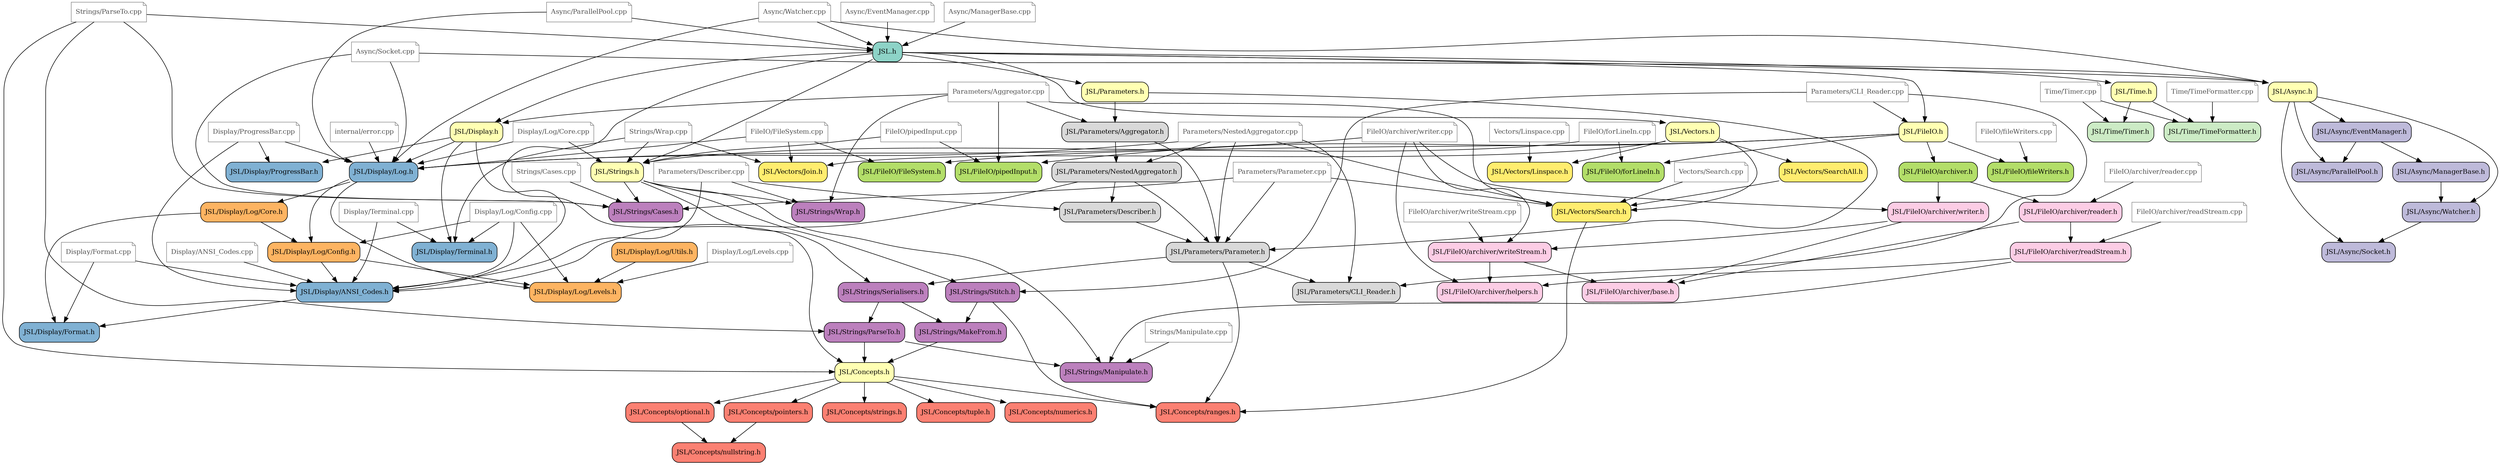
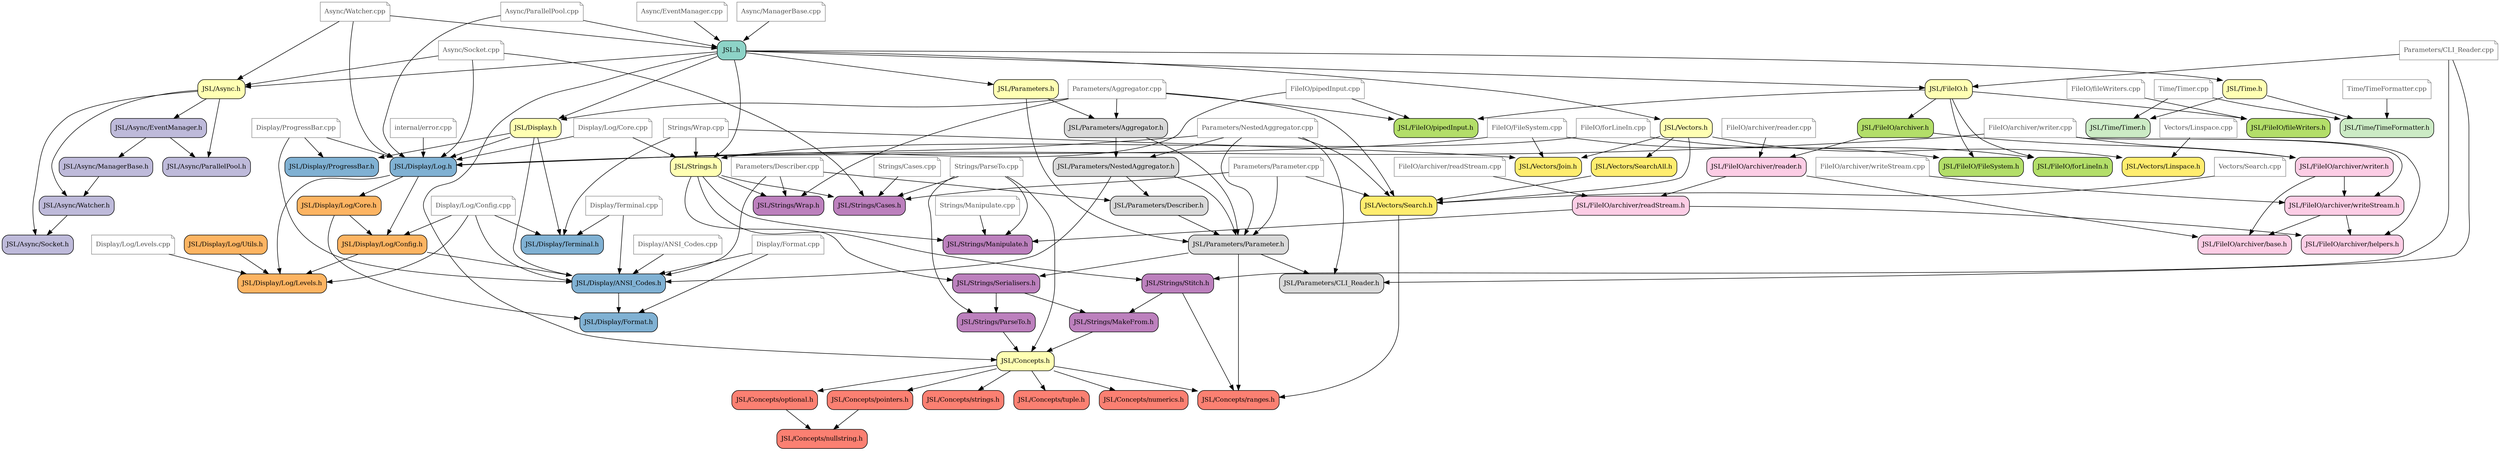
digraph codeviz {
    splines=true
    sep="+15,15"
    overlap=false

    node [shape=Mrecord, fontsize=12]

    node [fillcolor = "#8dd3c7",shape="Mrecord", style = "filled"] "include/JSL.h"                             [label = "JSL.h"]
    node [fillcolor = "#ffffb3",shape="Mrecord", style = "filled"] "include/JSL/Async.h"                       [label = "JSL/Async.h"]
    node [fillcolor = "#bebada",shape="Mrecord", style = "filled"] "include/JSL/Async/EventManager.h"          [label = "JSL/Async/EventManager.h"]
    node [fillcolor = "#bebada",shape="Mrecord", style = "filled"] "include/JSL/Async/ManagerBase.h"           [label = "JSL/Async/ManagerBase.h"]
    node [fillcolor = "#bebada",shape="Mrecord", style = "filled"] "include/JSL/Async/ParallelPool.h"          [label = "JSL/Async/ParallelPool.h"]
    node [fillcolor = "#bebada",shape="Mrecord", style = "filled"] "include/JSL/Async/Socket.h"                [label = "JSL/Async/Socket.h"]
    node [fillcolor = "#bebada",shape="Mrecord", style = "filled"] "include/JSL/Async/Watcher.h"               [label = "JSL/Async/Watcher.h"]
    node [fillcolor = "#ffffb3",shape="Mrecord", style = "filled"] "include/JSL/Concepts.h"                    [label = "JSL/Concepts.h"]
    node [fillcolor = "#fb8072",shape="Mrecord", style = "filled"] "include/JSL/Concepts/nullstring.h"         [label = "JSL/Concepts/nullstring.h"]
    node [fillcolor = "#fb8072",shape="Mrecord", style = "filled"] "include/JSL/Concepts/numerics.h"           [label = "JSL/Concepts/numerics.h"]
    node [fillcolor = "#fb8072",shape="Mrecord", style = "filled"] "include/JSL/Concepts/optional.h"           [label = "JSL/Concepts/optional.h"]
    node [fillcolor = "#fb8072",shape="Mrecord", style = "filled"] "include/JSL/Concepts/pointers.h"           [label = "JSL/Concepts/pointers.h"]
    node [fillcolor = "#fb8072",shape="Mrecord", style = "filled"] "include/JSL/Concepts/ranges.h"             [label = "JSL/Concepts/ranges.h"]
    node [fillcolor = "#fb8072",shape="Mrecord", style = "filled"] "include/JSL/Concepts/strings.h"            [label = "JSL/Concepts/strings.h"]
    node [fillcolor = "#fb8072",shape="Mrecord", style = "filled"] "include/JSL/Concepts/tuple.h"              [label = "JSL/Concepts/tuple.h"]
    node [fillcolor = "#ffffb3",shape="Mrecord", style = "filled"] "include/JSL/Display.h"                     [label = "JSL/Display.h"]
    node [fillcolor = "#80b1d3",shape="Mrecord", style = "filled"] "include/JSL/Display/ANSI_Codes.h"          [label = "JSL/Display/ANSI_Codes.h"]
    node [fillcolor = "#80b1d3",shape="Mrecord", style = "filled"] "include/JSL/Display/Format.h"              [label = "JSL/Display/Format.h"]
    node [fillcolor = "#80b1d3",shape="Mrecord", style = "filled"] "include/JSL/Display/Log.h"                 [label = "JSL/Display/Log.h"]
    node [fillcolor = "#fdb462",shape="Mrecord", style = "filled"] "include/JSL/Display/Log/Config.h"          [label = "JSL/Display/Log/Config.h"]
    node [fillcolor = "#fdb462",shape="Mrecord", style = "filled"] "include/JSL/Display/Log/Core.h"            [label = "JSL/Display/Log/Core.h"]
    node [fillcolor = "#fdb462",shape="Mrecord", style = "filled"] "include/JSL/Display/Log/Levels.h"          [label = "JSL/Display/Log/Levels.h"]
    node [fillcolor = "#fdb462",shape="Mrecord", style = "filled"] "include/JSL/Display/Log/Utils.h"           [label = "JSL/Display/Log/Utils.h"]
    node [fillcolor = "#80b1d3",shape="Mrecord", style = "filled"] "include/JSL/Display/ProgressBar.h"         [label = "JSL/Display/ProgressBar.h"]
    node [fillcolor = "#80b1d3",shape="Mrecord", style = "filled"] "include/JSL/Display/Terminal.h"            [label = "JSL/Display/Terminal.h"]
    node [fillcolor = "#ffffb3",shape="Mrecord", style = "filled"] "include/JSL/FileIO.h"                      [label = "JSL/FileIO.h"]
    node [fillcolor = "#b3de69",shape="Mrecord", style = "filled"] "include/JSL/FileIO/FileSystem.h"           [label = "JSL/FileIO/FileSystem.h"]
    node [fillcolor = "#b3de69",shape="Mrecord", style = "filled"] "include/JSL/FileIO/archiver.h"             [label = "JSL/FileIO/archiver.h"]
    node [fillcolor = "#fccde5",shape="Mrecord", style = "filled"] "include/JSL/FileIO/archiver/base.h"        [label = "JSL/FileIO/archiver/base.h"]
    node [fillcolor = "#fccde5",shape="Mrecord", style = "filled"] "include/JSL/FileIO/archiver/helpers.h"     [label = "JSL/FileIO/archiver/helpers.h"]
    node [fillcolor = "#fccde5",shape="Mrecord", style = "filled"] "include/JSL/FileIO/archiver/readStream.h"  [label = "JSL/FileIO/archiver/readStream.h"]
    node [fillcolor = "#fccde5",shape="Mrecord", style = "filled"] "include/JSL/FileIO/archiver/reader.h"      [label = "JSL/FileIO/archiver/reader.h"]
    node [fillcolor = "#fccde5",shape="Mrecord", style = "filled"] "include/JSL/FileIO/archiver/writeStream.h" [label = "JSL/FileIO/archiver/writeStream.h"]
    node [fillcolor = "#fccde5",shape="Mrecord", style = "filled"] "include/JSL/FileIO/archiver/writer.h"      [label = "JSL/FileIO/archiver/writer.h"]
    node [fillcolor = "#b3de69",shape="Mrecord", style = "filled"] "include/JSL/FileIO/fileWriters.h"          [label = "JSL/FileIO/fileWriters.h"]
    node [fillcolor = "#b3de69",shape="Mrecord", style = "filled"] "include/JSL/FileIO/forLineIn.h"            [label = "JSL/FileIO/forLineIn.h"]
    node [fillcolor = "#b3de69",shape="Mrecord", style = "filled"] "include/JSL/FileIO/pipedInput.h"           [label = "JSL/FileIO/pipedInput.h"]
    node [fillcolor = "#ffffb3",shape="Mrecord", style = "filled"] "include/JSL/Parameters.h"                  [label = "JSL/Parameters.h"]
    node [fillcolor = "#d9d9d9",shape="Mrecord", style = "filled"] "include/JSL/Parameters/Aggregator.h"       [label = "JSL/Parameters/Aggregator.h"]
    node [fillcolor = "#d9d9d9",shape="Mrecord", style = "filled"] "include/JSL/Parameters/CLI_Reader.h"       [label = "JSL/Parameters/CLI_Reader.h"]
    node [fillcolor = "#d9d9d9",shape="Mrecord", style = "filled"] "include/JSL/Parameters/Describer.h"        [label = "JSL/Parameters/Describer.h"]
    node [fillcolor = "#d9d9d9",shape="Mrecord", style = "filled"] "include/JSL/Parameters/NestedAggregator.h" [label = "JSL/Parameters/NestedAggregator.h"]
    node [fillcolor = "#d9d9d9",shape="Mrecord", style = "filled"] "include/JSL/Parameters/Parameter.h"        [label = "JSL/Parameters/Parameter.h"]
    node [fillcolor = "#ffffb3",shape="Mrecord", style = "filled"] "include/JSL/Strings.h"                     [label = "JSL/Strings.h"]
    node [fillcolor = "#bc80bd",shape="Mrecord", style = "filled"] "include/JSL/Strings/Cases.h"               [label = "JSL/Strings/Cases.h"]
    node [fillcolor = "#bc80bd",shape="Mrecord", style = "filled"] "include/JSL/Strings/MakeFrom.h"            [label = "JSL/Strings/MakeFrom.h"]
    node [fillcolor = "#bc80bd",shape="Mrecord", style = "filled"] "include/JSL/Strings/Manipulate.h"          [label = "JSL/Strings/Manipulate.h"]
    node [fillcolor = "#bc80bd",shape="Mrecord", style = "filled"] "include/JSL/Strings/ParseTo.h"             [label = "JSL/Strings/ParseTo.h"]
    node [fillcolor = "#bc80bd",shape="Mrecord", style = "filled"] "include/JSL/Strings/Serialisers.h"         [label = "JSL/Strings/Serialisers.h"]
    node [fillcolor = "#bc80bd",shape="Mrecord", style = "filled"] "include/JSL/Strings/Stitch.h"              [label = "JSL/Strings/Stitch.h"]
    node [fillcolor = "#bc80bd",shape="Mrecord", style = "filled"] "include/JSL/Strings/Wrap.h"                [label = "JSL/Strings/Wrap.h"]
    node [fillcolor = "#ffffb3",shape="Mrecord", style = "filled"] "include/JSL/Time.h"                        [label = "JSL/Time.h"]
    node [fillcolor = "#ccebc5",shape="Mrecord", style = "filled"] "include/JSL/Time/TimeFormatter.h"          [label = "JSL/Time/TimeFormatter.h"]
    node [fillcolor = "#ccebc5",shape="Mrecord", style = "filled"] "include/JSL/Time/Timer.h"                  [label = "JSL/Time/Timer.h"]
    node [fillcolor = "#ffffb3",shape="Mrecord", style = "filled"] "include/JSL/Vectors.h"                     [label = "JSL/Vectors.h"]
    node [fillcolor = "#ffed6f",shape="Mrecord", style = "filled"] "include/JSL/Vectors/Join.h"                [label = "JSL/Vectors/Join.h"]
    node [fillcolor = "#ffed6f",shape="Mrecord", style = "filled"] "include/JSL/Vectors/Linspace.h"            [label = "JSL/Vectors/Linspace.h"]
    node [fillcolor = "#ffed6f",shape="Mrecord", style = "filled"] "include/JSL/Vectors/Search.h"              [label = "JSL/Vectors/Search.h"]
    node [fillcolor = "#ffed6f",shape="Mrecord", style = "filled"] "include/JSL/Vectors/SearchAll.h"           [label = "JSL/Vectors/SearchAll.h"]
    node [fillcolor = "#8B8B8B",style="", shape="note", color="#8c8c8c", fontcolor="#4b4b4b"] "src/Async/EventManager.cpp"                [label = "Async/EventManager.cpp"]
    node [fillcolor = "#8B8B8B",style="", shape="note", color="#8c8c8c", fontcolor="#4b4b4b"] "src/Async/ManagerBase.cpp"                 [label = "Async/ManagerBase.cpp"]
    node [fillcolor = "#8B8B8B",style="", shape="note", color="#8c8c8c", fontcolor="#4b4b4b"] "src/Async/ParallelPool.cpp"                [label = "Async/ParallelPool.cpp"]
    node [fillcolor = "#8B8B8B",style="", shape="note", color="#8c8c8c", fontcolor="#4b4b4b"] "src/Async/Socket.cpp"                      [label = "Async/Socket.cpp"]
    node [fillcolor = "#8B8B8B",style="", shape="note", color="#8c8c8c", fontcolor="#4b4b4b"] "src/Async/Watcher.cpp"                     [label = "Async/Watcher.cpp"]
    node [fillcolor = "#8B8B8B",style="", shape="note", color="#8c8c8c", fontcolor="#4b4b4b"] "src/Display/ANSI_Codes.cpp"                [label = "Display/ANSI_Codes.cpp"]
    node [fillcolor = "#8B8B8B",style="", shape="note", color="#8c8c8c", fontcolor="#4b4b4b"] "src/Display/Format.cpp"                    [label = "Display/Format.cpp"]
    node [fillcolor = "#8B8B8B",style="", shape="note", color="#8c8c8c", fontcolor="#4b4b4b"] "src/Display/Log/Config.cpp"                [label = "Display/Log/Config.cpp"]
    node [fillcolor = "#8B8B8B",style="", shape="note", color="#8c8c8c", fontcolor="#4b4b4b"] "src/Display/Log/Core.cpp"                  [label = "Display/Log/Core.cpp"]
    node [fillcolor = "#8B8B8B",style="", shape="note", color="#8c8c8c", fontcolor="#4b4b4b"] "src/Display/Log/Levels.cpp"                [label = "Display/Log/Levels.cpp"]
    node [fillcolor = "#8B8B8B",style="", shape="note", color="#8c8c8c", fontcolor="#4b4b4b"] "src/Display/ProgressBar.cpp"               [label = "Display/ProgressBar.cpp"]
    node [fillcolor = "#8B8B8B",style="", shape="note", color="#8c8c8c", fontcolor="#4b4b4b"] "src/Display/Terminal.cpp"                  [label = "Display/Terminal.cpp"]
    node [fillcolor = "#8B8B8B",style="", shape="note", color="#8c8c8c", fontcolor="#4b4b4b"] "src/FileIO/FileSystem.cpp"                 [label = "FileIO/FileSystem.cpp"]
    node [fillcolor = "#8B8B8B",style="", shape="note", color="#8c8c8c", fontcolor="#4b4b4b"] "src/FileIO/archiver/readStream.cpp"        [label = "FileIO/archiver/readStream.cpp"]
    node [fillcolor = "#8B8B8B",style="", shape="note", color="#8c8c8c", fontcolor="#4b4b4b"] "src/FileIO/archiver/reader.cpp"            [label = "FileIO/archiver/reader.cpp"]
    node [fillcolor = "#8B8B8B",style="", shape="note", color="#8c8c8c", fontcolor="#4b4b4b"] "src/FileIO/archiver/writeStream.cpp"       [label = "FileIO/archiver/writeStream.cpp"]
    node [fillcolor = "#8B8B8B",style="", shape="note", color="#8c8c8c", fontcolor="#4b4b4b"] "src/FileIO/archiver/writer.cpp"            [label = "FileIO/archiver/writer.cpp"]
    node [fillcolor = "#8B8B8B",style="", shape="note", color="#8c8c8c", fontcolor="#4b4b4b"] "src/FileIO/fileWriters.cpp"                [label = "FileIO/fileWriters.cpp"]
    node [fillcolor = "#8B8B8B",style="", shape="note", color="#8c8c8c", fontcolor="#4b4b4b"] "src/FileIO/forLineIn.cpp"                  [label = "FileIO/forLineIn.cpp"]
    node [fillcolor = "#8B8B8B",style="", shape="note", color="#8c8c8c", fontcolor="#4b4b4b"] "src/FileIO/pipedInput.cpp"                 [label = "FileIO/pipedInput.cpp"]
    node [fillcolor = "#8B8B8B",style="", shape="note", color="#8c8c8c", fontcolor="#4b4b4b"] "src/Parameters/Aggregator.cpp"             [label = "Parameters/Aggregator.cpp"]
    node [fillcolor = "#8B8B8B",style="", shape="note", color="#8c8c8c", fontcolor="#4b4b4b"] "src/Parameters/CLI_Reader.cpp"             [label = "Parameters/CLI_Reader.cpp"]
    node [fillcolor = "#8B8B8B",style="", shape="note", color="#8c8c8c", fontcolor="#4b4b4b"] "src/Parameters/Describer.cpp"              [label = "Parameters/Describer.cpp"]
    node [fillcolor = "#8B8B8B",style="", shape="note", color="#8c8c8c", fontcolor="#4b4b4b"] "src/Parameters/NestedAggregator.cpp"       [label = "Parameters/NestedAggregator.cpp"]
    node [fillcolor = "#8B8B8B",style="", shape="note", color="#8c8c8c", fontcolor="#4b4b4b"] "src/Parameters/Parameter.cpp"              [label = "Parameters/Parameter.cpp"]
    node [fillcolor = "#8B8B8B",style="", shape="note", color="#8c8c8c", fontcolor="#4b4b4b"] "src/Strings/Cases.cpp"                     [label = "Strings/Cases.cpp"]
    node [fillcolor = "#8B8B8B",style="", shape="note", color="#8c8c8c", fontcolor="#4b4b4b"] "src/Strings/Manipulate.cpp"                [label = "Strings/Manipulate.cpp"]
    node [fillcolor = "#8B8B8B",style="", shape="note", color="#8c8c8c", fontcolor="#4b4b4b"] "src/Strings/ParseTo.cpp"                   [label = "Strings/ParseTo.cpp"]
    node [fillcolor = "#8B8B8B",style="", shape="note", color="#8c8c8c", fontcolor="#4b4b4b"] "src/Strings/Wrap.cpp"                      [label = "Strings/Wrap.cpp"]
    node [fillcolor = "#8B8B8B",style="", shape="note", color="#8c8c8c", fontcolor="#4b4b4b"] "src/Time/TimeFormatter.cpp"                [label = "Time/TimeFormatter.cpp"]
    node [fillcolor = "#8B8B8B",style="", shape="note", color="#8c8c8c", fontcolor="#4b4b4b"] "src/Time/Timer.cpp"                        [label = "Time/Timer.cpp"]
    node [fillcolor = "#8B8B8B",style="", shape="note", color="#8c8c8c", fontcolor="#4b4b4b"] "src/Vectors/Linspace.cpp"                  [label = "Vectors/Linspace.cpp"]
    node [fillcolor = "#8B8B8B",style="", shape="note", color="#8c8c8c", fontcolor="#4b4b4b"] "src/Vectors/Search.cpp"                    [label = "Vectors/Search.cpp"]
    node [fillcolor = "#8B8B8B",style="", shape="note", color="#8c8c8c", fontcolor="#4b4b4b"] "src/internal/error.cpp"                    [label = "internal/error.cpp"]

    "include/JSL.h"                             -> "include/JSL/Display.h"
    "include/JSL.h"                             -> "include/JSL/FileIO.h"
    "include/JSL.h"                             -> "include/JSL/Parameters.h"
    "include/JSL.h"                             -> "include/JSL/Strings.h"
    "include/JSL.h"                             -> "include/JSL/Time.h"
    "include/JSL.h"                             -> "include/JSL/Vectors.h"
    "include/JSL.h"                             -> "include/JSL/Async.h"
    "include/JSL.h"                             -> "include/JSL/Concepts.h"
    "include/JSL/Async.h"                       -> "include/JSL/Async/Socket.h"
    "include/JSL/Async.h"                       -> "include/JSL/Async/Watcher.h"
    "include/JSL/Async.h"                       -> "include/JSL/Async/EventManager.h"
    "include/JSL/Async.h"                       -> "include/JSL/Async/ParallelPool.h"
    "include/JSL/Async/EventManager.h"          -> "include/JSL/Async/ManagerBase.h"
    "include/JSL/Async/EventManager.h"          -> "include/JSL/Async/ParallelPool.h"
    "include/JSL/Async/ManagerBase.h"           -> "include/JSL/Async/Watcher.h"
    "include/JSL/Async/Watcher.h"               -> "include/JSL/Async/Socket.h"
    "include/JSL/Concepts.h"                    -> "include/JSL/Concepts/ranges.h"
    "include/JSL/Concepts.h"                    -> "include/JSL/Concepts/tuple.h"
    "include/JSL/Concepts.h"                    -> "include/JSL/Concepts/numerics.h"
    "include/JSL/Concepts.h"                    -> "include/JSL/Concepts/strings.h"
    "include/JSL/Concepts.h"                    -> "include/JSL/Concepts/pointers.h"
    "include/JSL/Concepts.h"                    -> "include/JSL/Concepts/optional.h"
    "include/JSL/Concepts/optional.h"           -> "include/JSL/Concepts/nullstring.h"
    "include/JSL/Concepts/pointers.h"           -> "include/JSL/Concepts/nullstring.h"
    "include/JSL/Display.h"                     -> "include/JSL/Display/Log.h"
    "include/JSL/Display.h"                     -> "include/JSL/Display/ANSI_Codes.h"
    "include/JSL/Display.h"                     -> "include/JSL/Display/ProgressBar.h"
    "include/JSL/Display.h"                     -> "include/JSL/Display/Terminal.h"
    "include/JSL/Display/ANSI_Codes.h"          -> "include/JSL/Display/Format.h"
    "include/JSL/Display/Log.h"                 -> "include/JSL/Display/Log/Core.h"
    "include/JSL/Display/Log.h"                 -> "include/JSL/Display/Log/Config.h"
    "include/JSL/Display/Log.h"                 -> "include/JSL/Display/Log/Levels.h"
    "include/JSL/Display/Log/Config.h"          -> "include/JSL/Display/Log/Levels.h"
    "include/JSL/Display/Log/Config.h"          -> "include/JSL/Display/ANSI_Codes.h"
    "include/JSL/Display/Log/Core.h"            -> "include/JSL/Display/Log/Config.h"
    "include/JSL/Display/Log/Core.h"            -> "include/JSL/Display/Format.h"
    "include/JSL/Display/Log/Utils.h"           -> "include/JSL/Display/Log/Levels.h"
    "include/JSL/FileIO.h"                      -> "include/JSL/FileIO/forLineIn.h"
    "include/JSL/FileIO.h"                      -> "include/JSL/FileIO/FileSystem.h"
    "include/JSL/FileIO.h"                      -> "include/JSL/FileIO/fileWriters.h"
    "include/JSL/FileIO.h"                      -> "include/JSL/FileIO/pipedInput.h"
    "include/JSL/FileIO.h"                      -> "include/JSL/FileIO/archiver.h"
    "include/JSL/FileIO/archiver.h"             -> "include/JSL/FileIO/archiver/writer.h"
    "include/JSL/FileIO/archiver.h"             -> "include/JSL/FileIO/archiver/reader.h"
    "include/JSL/FileIO/archiver/readStream.h"  -> "include/JSL/Strings/Manipulate.h"
    "include/JSL/FileIO/archiver/readStream.h"  -> "include/JSL/FileIO/archiver/helpers.h"
    "include/JSL/FileIO/archiver/reader.h"      -> "include/JSL/FileIO/archiver/base.h"
    "include/JSL/FileIO/archiver/reader.h"      -> "include/JSL/FileIO/archiver/readStream.h"
    "include/JSL/FileIO/archiver/writeStream.h" -> "include/JSL/FileIO/archiver/base.h"
    "include/JSL/FileIO/archiver/writeStream.h" -> "include/JSL/FileIO/archiver/helpers.h"
    "include/JSL/FileIO/archiver/writer.h"      -> "include/JSL/FileIO/archiver/base.h"
    "include/JSL/FileIO/archiver/writer.h"      -> "include/JSL/FileIO/archiver/writeStream.h"
    "include/JSL/Parameters.h"                  -> "include/JSL/Parameters/Parameter.h"
    "include/JSL/Parameters.h"                  -> "include/JSL/Parameters/Aggregator.h"
    "include/JSL/Parameters/Aggregator.h"       -> "include/JSL/Parameters/NestedAggregator.h"
    "include/JSL/Parameters/Aggregator.h"       -> "include/JSL/Parameters/Parameter.h"
    "include/JSL/Parameters/Describer.h"        -> "include/JSL/Parameters/Parameter.h"
    "include/JSL/Parameters/NestedAggregator.h" -> "include/JSL/Parameters/Parameter.h"
    "include/JSL/Parameters/NestedAggregator.h" -> "include/JSL/Display/ANSI_Codes.h"
    "include/JSL/Parameters/NestedAggregator.h" -> "include/JSL/Parameters/Describer.h"
    "include/JSL/Parameters/Parameter.h"        -> "include/JSL/Concepts/ranges.h"
    "include/JSL/Parameters/Parameter.h"        -> "include/JSL/Strings/Serialisers.h"
    "include/JSL/Parameters/Parameter.h"        -> "include/JSL/Parameters/CLI_Reader.h"
    "include/JSL/Strings.h"                     -> "include/JSL/Strings/Serialisers.h"
    "include/JSL/Strings.h"                     -> "include/JSL/Strings/Cases.h"
    "include/JSL/Strings.h"                     -> "include/JSL/Strings/Manipulate.h"
    "include/JSL/Strings.h"                     -> "include/JSL/Strings/Stitch.h"
    "include/JSL/Strings.h"                     -> "include/JSL/Strings/Wrap.h"
    "include/JSL/Strings/MakeFrom.h"            -> "include/JSL/Concepts.h"
-     "include/JSL/Strings/ParseTo.h"             -> "include/JSL/Strings/Manipulate.h"
    "include/JSL/Strings/ParseTo.h"             -> "include/JSL/Concepts.h"
    "include/JSL/Strings/Serialisers.h"         -> "include/JSL/Strings/MakeFrom.h"
    "include/JSL/Strings/Serialisers.h"         -> "include/JSL/Strings/ParseTo.h"
    "include/JSL/Strings/Stitch.h"              -> "include/JSL/Strings/MakeFrom.h"
    "include/JSL/Strings/Stitch.h"              -> "include/JSL/Concepts/ranges.h"
    "include/JSL/Time.h"                        -> "include/JSL/Time/Timer.h"
    "include/JSL/Time.h"                        -> "include/JSL/Time/TimeFormatter.h"
    "include/JSL/Vectors.h"                     -> "include/JSL/Vectors/Search.h"
    "include/JSL/Vectors.h"                     -> "include/JSL/Vectors/SearchAll.h"
    "include/JSL/Vectors.h"                     -> "include/JSL/Vectors/Join.h"
    "include/JSL/Vectors.h"                     -> "include/JSL/Vectors/Linspace.h"
    "include/JSL/Vectors/Search.h"              -> "include/JSL/Concepts/ranges.h"
    "include/JSL/Vectors/SearchAll.h"           -> "include/JSL/Vectors/Search.h"
    "src/Async/EventManager.cpp"                -> "include/JSL.h"
    "src/Async/ManagerBase.cpp"                 -> "include/JSL.h"
    "src/Async/ParallelPool.cpp"                -> "include/JSL.h"
    "src/Async/ParallelPool.cpp"                -> "include/JSL/Display/Log.h"
    "src/Async/Socket.cpp"                      -> "include/JSL/Async.h"
    "src/Async/Socket.cpp"                      -> "include/JSL/Strings/Cases.h"
    "src/Async/Socket.cpp"                      -> "include/JSL/Display/Log.h"
    "src/Async/Watcher.cpp"                     -> "include/JSL/Async.h"
    "src/Async/Watcher.cpp"                     -> "include/JSL/Display/Log.h"
    "src/Async/Watcher.cpp"                     -> "include/JSL.h"
    "src/Display/ANSI_Codes.cpp"                -> "include/JSL/Display/ANSI_Codes.h"
    "src/Display/Format.cpp"                    -> "include/JSL/Display/Format.h"
    "src/Display/Format.cpp"                    -> "include/JSL/Display/ANSI_Codes.h"
    "src/Display/Log/Config.cpp"                -> "include/JSL/Display/Log/Config.h"
    "src/Display/Log/Config.cpp"                -> "include/JSL/Display/Log/Levels.h"
    "src/Display/Log/Config.cpp"                -> "include/JSL/Display/ANSI_Codes.h"
    "src/Display/Log/Config.cpp"                -> "include/JSL/Display/Terminal.h"
    "src/Display/Log/Core.cpp"                  -> "include/JSL/Display/Log.h"
    "src/Display/Log/Core.cpp"                  -> "include/JSL/Strings.h"
    "src/Display/Log/Levels.cpp"                -> "include/JSL/Display/Log/Levels.h"
    "src/Display/ProgressBar.cpp"               -> "include/JSL/Display/ProgressBar.h"
    "src/Display/ProgressBar.cpp"               -> "include/JSL/Display/ANSI_Codes.h"
    "src/Display/ProgressBar.cpp"               -> "include/JSL/Display/Log.h"
    "src/Display/Terminal.cpp"                  -> "include/JSL/Display/Terminal.h"
    "src/Display/Terminal.cpp"                  -> "include/JSL/Display/ANSI_Codes.h"
    "src/FileIO/FileSystem.cpp"                 -> "include/JSL/FileIO/FileSystem.h"
    "src/FileIO/FileSystem.cpp"                 -> "include/JSL/Vectors/Join.h"
    "src/FileIO/FileSystem.cpp"                 -> "include/JSL/Display/Log.h"
    "src/FileIO/archiver/readStream.cpp"        -> "include/JSL/FileIO/archiver/readStream.h"
    "src/FileIO/archiver/reader.cpp"            -> "include/JSL/FileIO/archiver/reader.h"
    "src/FileIO/archiver/writeStream.cpp"       -> "include/JSL/FileIO/archiver/writeStream.h"
    "src/FileIO/archiver/writer.cpp"            -> "include/JSL/FileIO/archiver/writer.h"
    "src/FileIO/archiver/writer.cpp"            -> "include/JSL/FileIO/archiver/writeStream.h"
    "src/FileIO/archiver/writer.cpp"            -> "include/JSL/FileIO/archiver/helpers.h"
    "src/FileIO/archiver/writer.cpp"            -> "include/JSL/Display/Log.h"
    "src/FileIO/fileWriters.cpp"                -> "include/JSL/FileIO/fileWriters.h"
    "src/FileIO/forLineIn.cpp"                  -> "include/JSL/FileIO/forLineIn.h"
    "src/FileIO/forLineIn.cpp"                  -> "include/JSL/Strings.h"
    "src/FileIO/pipedInput.cpp"                 -> "include/JSL/FileIO/pipedInput.h"
    "src/FileIO/pipedInput.cpp"                 -> "include/JSL/Strings.h"
    "src/Parameters/Aggregator.cpp"             -> "include/JSL/Parameters/Aggregator.h"
    "src/Parameters/Aggregator.cpp"             -> "include/JSL/Vectors/Search.h"
    "src/Parameters/Aggregator.cpp"             -> "include/JSL/Strings/Wrap.h"
    "src/Parameters/Aggregator.cpp"             -> "include/JSL/Display.h"
    "src/Parameters/Aggregator.cpp"             -> "include/JSL/FileIO/pipedInput.h"
    "src/Parameters/CLI_Reader.cpp"             -> "include/JSL/Parameters/CLI_Reader.h"
    "src/Parameters/CLI_Reader.cpp"             -> "include/JSL/FileIO.h"
    "src/Parameters/CLI_Reader.cpp"             -> "include/JSL/Strings/Stitch.h"
    "src/Parameters/Describer.cpp"              -> "include/JSL/Parameters/Describer.h"
    "src/Parameters/Describer.cpp"              -> "include/JSL/Display/ANSI_Codes.h"
    "src/Parameters/Describer.cpp"              -> "include/JSL/Strings/Wrap.h"
    "src/Parameters/NestedAggregator.cpp"       -> "include/JSL/Parameters/NestedAggregator.h"
    "src/Parameters/NestedAggregator.cpp"       -> "include/JSL/Parameters/Parameter.h"
    "src/Parameters/NestedAggregator.cpp"       -> "include/JSL/Parameters/CLI_Reader.h"
    "src/Parameters/NestedAggregator.cpp"       -> "include/JSL/Vectors/Search.h"
    "src/Parameters/NestedAggregator.cpp"       -> "include/JSL/Display/Log.h"
    "src/Parameters/Parameter.cpp"              -> "include/JSL/Parameters/Parameter.h"
    "src/Parameters/Parameter.cpp"              -> "include/JSL/Vectors/Search.h"
    "src/Parameters/Parameter.cpp"              -> "include/JSL/Strings/Cases.h"
    "src/Strings/Cases.cpp"                     -> "include/JSL/Strings/Cases.h"
    "src/Strings/Manipulate.cpp"                -> "include/JSL/Strings/Manipulate.h"
    "src/Strings/ParseTo.cpp"                   -> "include/JSL/Strings/ParseTo.h"
    "src/Strings/ParseTo.cpp"                   -> "include/JSL/Strings/Cases.h"
    "src/Strings/ParseTo.cpp"                   -> "include/JSL/Concepts.h"
-     "src/Strings/ParseTo.cpp"                   -> "include/JSL.h"
+     "src/Strings/ParseTo.cpp"                   -> "include/JSL/Strings/Manipulate.h"
    "src/Strings/Wrap.cpp"                      -> "include/JSL/Strings.h"
    "src/Strings/Wrap.cpp"                      -> "include/JSL/Vectors/Join.h"
    "src/Strings/Wrap.cpp"                      -> "include/JSL/Display/Terminal.h"
    "src/Time/TimeFormatter.cpp"                -> "include/JSL/Time/TimeFormatter.h"
    "src/Time/Timer.cpp"                        -> "include/JSL/Time/Timer.h"
    "src/Time/Timer.cpp"                        -> "include/JSL/Time/TimeFormatter.h"
    "src/Vectors/Linspace.cpp"                  -> "include/JSL/Vectors/Linspace.h"
    "src/Vectors/Search.cpp"                    -> "include/JSL/Vectors/Search.h"
    "src/internal/error.cpp"                    -> "include/JSL/Display/Log.h"
}
